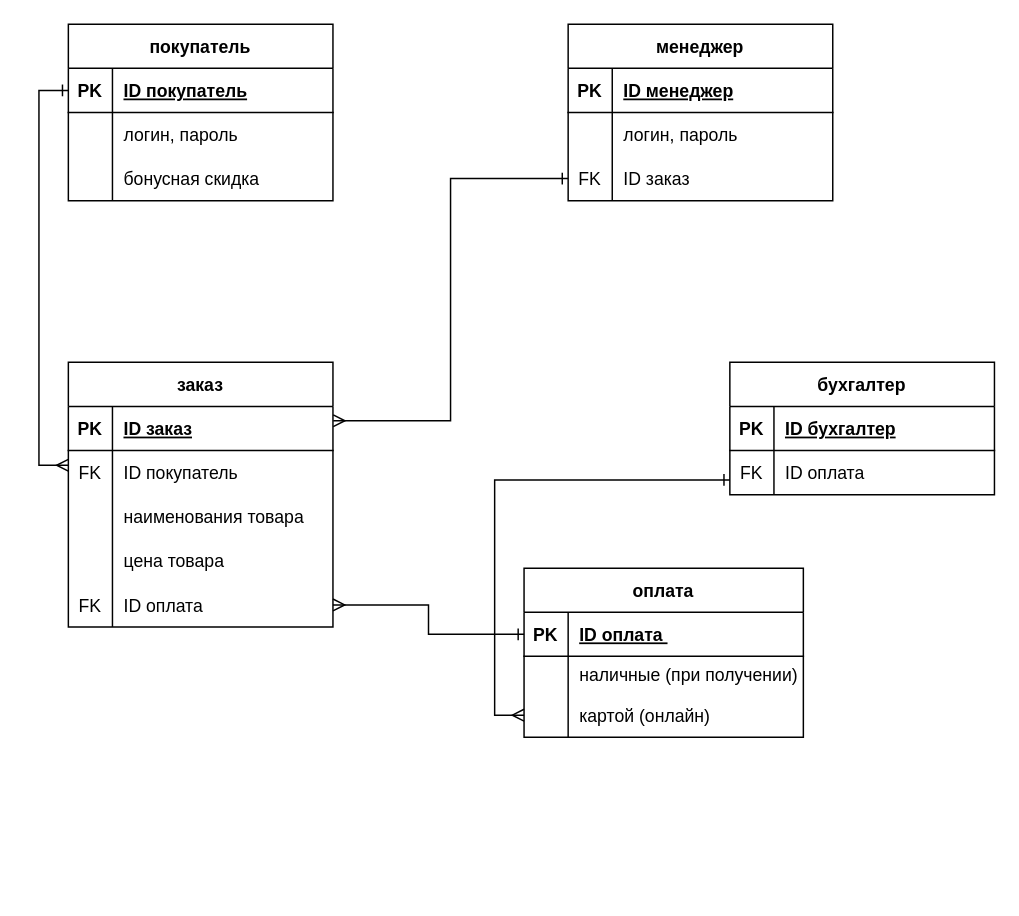
This is predmetnaya_obl_er_diagram — копия.drawio from ValeriaLebedeva/predmetnaya_obl_ER_diagram, a draw.io file, before an edit. Source tidied: cells renumbered, new cells numbered last; positions are measured from the earlier drawing's top-left corner, leaving out a move shared by most shapes. Both pictures are drawn from the tidied source at 147%, with x=0, y=0 at pixel (68, 24).
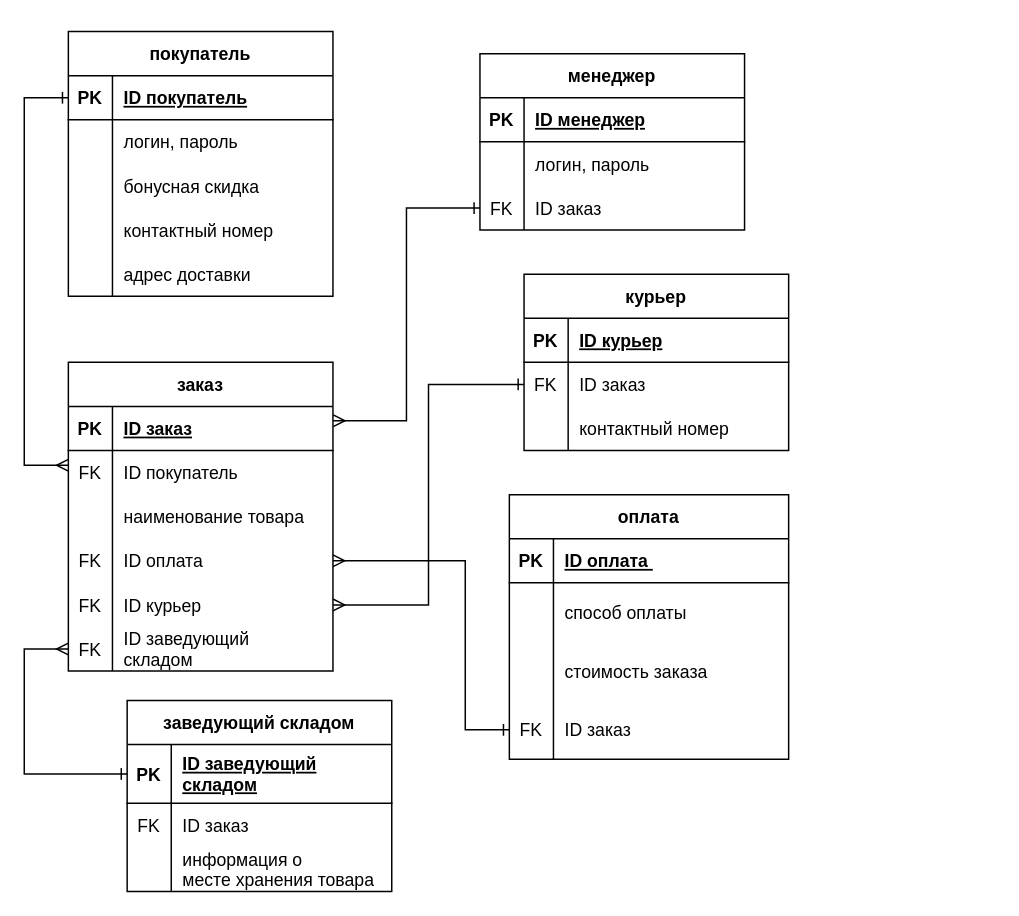
Above is the later version.

Unchanged cells that the change refers to:
```xml
<mxCell id="3" style="shape=tableRow;horizontal=0;startSize=0;swimlaneHead=0;swimlaneBody=0;fillColor=none;points=[[0,0.5],[1,0.5]];portConstraint=eastwest;top=0;left=0;right=0;bottom=1;" parent="2" vertex="1">
  <mxGeometry y="30" width="180" height="30" as="geometry" />
</mxCell>
<mxCell id="33" style="shape=tableRow;horizontal=0;startSize=0;swimlaneHead=0;swimlaneBody=0;fillColor=none;points=[[0,0.5],[1,0.5]];portConstraint=eastwest;top=0;left=0;right=0;bottom=0;" parent="29" vertex="1">
  <mxGeometry y="60" width="180" height="30" as="geometry" />
</mxCell>
<mxCell id="36" style="shape=tableRow;horizontal=0;startSize=0;swimlaneHead=0;swimlaneBody=0;fillColor=none;top=0;left=0;right=0;bottom=0;" parent="29" vertex="1">
  <mxGeometry y="90" width="180" height="30" as="geometry" />
</mxCell>
<mxCell id="46" style="shape=tableRow;horizontal=0;startSize=0;swimlaneHead=0;swimlaneBody=0;fillColor=none;points=[[0,0.5],[1,0.5]];portConstraint=eastwest;top=0;left=0;right=0;bottom=1;" parent="45" vertex="1">
  <mxGeometry y="30" width="190" height="30" as="geometry" />
</mxCell>
```

Change to the diagram source:
```diff
@@
     <mxCell id="2" value="покупатель" style="shape=table;startSize=30;childLayout=tableLayout;rowLines=0;fontStyle=1;align=center;" parent="1" vertex="1">
-      <mxGeometry width="180" height="120" as="geometry" />
+      <mxGeometry y="5" width="180" height="180" as="geometry" />
     </mxCell>
@@
+    <mxCell id="39" style="shape=tableRow;horizontal=0;startSize=0;swimlaneHead=0;swimlaneBody=0;fillColor=none;top=0;left=0;right=0;bottom=0;" parent="2" vertex="1">
+      <mxGeometry y="120" width="180" height="30" as="geometry" />
+    </mxCell>
+    <mxCell id="59" style="shape=partialRectangle;fillColor=none;top=0;left=0;bottom=0;right=0;overflow=hidden;" parent="39" vertex="1">
+      <mxGeometry width="30" height="30" as="geometry" />
+    </mxCell>
+    <mxCell id="60" value="контактный номер" style="shape=partialRectangle;fillColor=none;top=0;left=0;bottom=0;right=0;align=left;spacingLeft=6;overflow=hidden;" parent="39" vertex="1">
+      <mxGeometry x="30" width="150" height="30" as="geometry" />
+    </mxCell>
+    <mxCell id="61" style="shape=tableRow;horizontal=0;startSize=0;swimlaneHead=0;swimlaneBody=0;fillColor=none;top=0;left=0;right=0;bottom=0;" parent="2" vertex="1">
+      <mxGeometry y="150" width="180" height="30" as="geometry" />
+    </mxCell>
+    <mxCell id="62" style="shape=partialRectangle;fillColor=none;top=0;left=0;bottom=0;right=0;overflow=hidden;" parent="61" vertex="1">
+      <mxGeometry width="30" height="30" as="geometry" />
+    </mxCell>
+    <mxCell id="63" value="адрес доставки" style="shape=partialRectangle;fillColor=none;top=0;left=0;bottom=0;right=0;align=left;spacingLeft=6;overflow=hidden;" parent="61" vertex="1">
+      <mxGeometry x="30" width="150" height="30" as="geometry" />
+    </mxCell>
     <mxCell id="12" value="менеджер" style="shape=table;startSize=30;childLayout=tableLayout;rowLines=0;fontStyle=1;align=center;" parent="1" vertex="1">
-      <mxGeometry x="340" width="180" height="120" as="geometry" />
+      <mxGeometry x="280" y="20" width="180" height="120" as="geometry" />
     </mxCell>
@@
-    <mxCell id="22" value="бухгалтер" style="shape=table;startSize=30;childLayout=tableLayout;rowLines=0;fontStyle=1;align=center;" parent="1" vertex="1">
-      <mxGeometry x="450" y="230" width="180" height="90" as="geometry" />
-    </mxCell>
-    <mxCell id="23" style="shape=tableRow;horizontal=0;startSize=0;swimlaneHead=0;swimlaneBody=0;fillColor=none;top=0;left=0;right=0;bottom=1;" parent="22" vertex="1">
-      <mxGeometry y="30" width="180" height="30" as="geometry" />
-    </mxCell>
-    <mxCell id="24" value="PK" style="shape=partialRectangle;fillColor=none;top=0;left=0;bottom=0;right=0;fontStyle=1;overflow=hidden;" parent="23" vertex="1">
-      <mxGeometry width="30" height="30" as="geometry" />
-    </mxCell>
-    <mxCell id="25" value="ID бухгалтер" style="shape=partialRectangle;fillColor=none;top=0;left=0;bottom=0;right=0;align=left;spacingLeft=6;fontStyle=5;overflow=hidden;" parent="23" vertex="1">
-      <mxGeometry x="30" width="150" height="30" as="geometry" />
-    </mxCell>
-    <mxCell id="26" style="shape=tableRow;horizontal=0;startSize=0;swimlaneHead=0;swimlaneBody=0;fillColor=none;points=[[0,0.5],[1,0.5]];portConstraint=eastwest;top=0;left=0;right=0;bottom=0;" parent="22" vertex="1">
-      <mxGeometry y="60" width="180" height="30" as="geometry" />
-    </mxCell>
-    <mxCell id="27" value="FK" style="shape=partialRectangle;fillColor=none;top=0;left=0;bottom=0;right=0;overflow=hidden;" parent="26" vertex="1">
-      <mxGeometry width="30" height="30" as="geometry" />
-    </mxCell>
-    <mxCell id="28" value="ID оплата" style="shape=partialRectangle;fillColor=none;top=0;left=0;bottom=0;right=0;align=left;spacingLeft=6;overflow=hidden;" parent="26" vertex="1">
-      <mxGeometry x="30" width="150" height="30" as="geometry" />
-    </mxCell>
     <mxCell id="29" value="заказ" style="shape=table;startSize=30;childLayout=tableLayout;rowLines=0;fontStyle=1;align=center;" parent="1" vertex="1">
-      <mxGeometry y="230" width="180" height="180" as="geometry" />
+      <mxGeometry y="230" width="180" height="210" as="geometry" />
     </mxCell>
@@
-    <mxCell id="38" value="наименования товара" style="shape=partialRectangle;fillColor=none;top=0;left=0;bottom=0;right=0;align=left;spacingLeft=6;overflow=hidden;" parent="36" vertex="1">
+    <mxCell id="38" value="наименование товара" style="shape=partialRectangle;fillColor=none;top=0;left=0;bottom=0;right=0;align=left;spacingLeft=6;overflow=hidden;" parent="36" vertex="1">
       <mxGeometry x="30" width="150" height="30" as="geometry" />
     </mxCell>
-    <mxCell id="39" style="shape=tableRow;horizontal=0;startSize=0;swimlaneHead=0;swimlaneBody=0;fillColor=none;top=0;left=0;right=0;bottom=0;" parent="29" vertex="1">
-      <mxGeometry y="120" width="180" height="30" as="geometry" />
-    </mxCell>
-    <mxCell id="40" style="shape=partialRectangle;fillColor=none;top=0;left=0;bottom=0;right=0;overflow=hidden;" parent="39" vertex="1">
-      <mxGeometry width="30" height="30" as="geometry" />
-    </mxCell>
-    <mxCell id="41" value="цена товара" style="shape=partialRectangle;fillColor=none;top=0;left=0;bottom=0;right=0;align=left;spacingLeft=6;overflow=hidden;" parent="39" vertex="1">
-      <mxGeometry x="30" width="150" height="30" as="geometry" />
-    </mxCell>
     <mxCell id="42" style="shape=tableRow;horizontal=0;startSize=0;swimlaneHead=0;swimlaneBody=0;fillColor=none;points=[[0,0.5],[1,0.5]];portConstraint=eastwest;top=0;left=0;right=0;bottom=0;" parent="29" vertex="1">
-      <mxGeometry y="150" width="180" height="30" as="geometry" />
+      <mxGeometry y="120" width="180" height="30" as="geometry" />
     </mxCell>
@@
+    <mxCell id="64" style="shape=tableRow;horizontal=0;startSize=0;swimlaneHead=0;swimlaneBody=0;fillColor=none;points=[[0,0.5],[1,0.5]];portConstraint=eastwest;top=0;left=0;right=0;bottom=0;" parent="29" vertex="1">
+      <mxGeometry y="150" width="180" height="30" as="geometry" />
+    </mxCell>
+    <mxCell id="65" value="FK" style="shape=partialRectangle;fillColor=none;top=0;left=0;bottom=0;right=0;overflow=hidden;" parent="64" vertex="1">
+      <mxGeometry width="30" height="30" as="geometry" />
+    </mxCell>
+    <mxCell id="66" value="ID курьер" style="shape=partialRectangle;fillColor=none;top=0;left=0;bottom=0;right=0;align=left;spacingLeft=6;overflow=hidden;" parent="64" vertex="1">
+      <mxGeometry x="30" width="150" height="30" as="geometry" />
+    </mxCell>
+    <mxCell id="67" style="shape=tableRow;horizontal=0;startSize=0;swimlaneHead=0;swimlaneBody=0;fillColor=none;points=[[0,0.5],[1,0.5]];portConstraint=eastwest;top=0;left=0;right=0;bottom=0;" parent="29" vertex="1">
+      <mxGeometry y="180" width="180" height="30" as="geometry" />
+    </mxCell>
+    <mxCell id="68" value="FK" style="shape=partialRectangle;fillColor=none;top=0;left=0;bottom=0;right=0;overflow=hidden;" parent="67" vertex="1">
+      <mxGeometry width="30" height="30" as="geometry" />
+    </mxCell>
+    <mxCell id="69" value="ID заведующий&#10;складом" style="shape=partialRectangle;fillColor=none;top=0;left=0;bottom=0;right=0;align=left;spacingLeft=6;overflow=hidden;" parent="67" vertex="1">
+      <mxGeometry x="30" width="150" height="30" as="geometry" />
+    </mxCell>
     <mxCell id="45" value="оплата" style="shape=table;startSize=30;childLayout=tableLayout;rowLines=0;fontStyle=1;align=center;" parent="1" vertex="1">
-      <mxGeometry x="310" y="370" width="190" height="115" as="geometry" />
+      <mxGeometry x="300" y="320" width="190" height="180" as="geometry" />
     </mxCell>
@@
-    <mxCell id="49" style="shape=tableRow;horizontal=0;startSize=0;swimlaneHead=0;swimlaneBody=0;fillColor=none;top=0;left=0;right=0;bottom=0;" parent="45" vertex="1">
-      <mxGeometry y="60" width="190" height="25" as="geometry" />
-    </mxCell>
-    <mxCell id="50" style="shape=partialRectangle;fillColor=none;top=0;left=0;bottom=0;right=0;overflow=hidden;" parent="49" vertex="1">
-      <mxGeometry width="30" height="25" as="geometry" />
-    </mxCell>
-    <mxCell id="51" value="наличные (при получении)" style="shape=partialRectangle;fillColor=none;top=0;left=0;bottom=0;right=0;align=left;spacingLeft=6;overflow=hidden;" parent="49" vertex="1">
-      <mxGeometry x="30" width="160" height="25" as="geometry" />
-    </mxCell>
     <mxCell id="52" style="shape=tableRow;horizontal=0;startSize=0;swimlaneHead=0;swimlaneBody=0;fillColor=none;points=[[0,0.5],[1,0.5]];portConstraint=eastwest;top=0;left=0;right=0;bottom=0;" parent="45" vertex="1">
-      <mxGeometry y="85" width="190" height="30" as="geometry" />
+      <mxGeometry y="60" width="190" height="40" as="geometry" />
     </mxCell>
     <mxCell id="53" style="shape=partialRectangle;fillColor=none;top=0;left=0;bottom=0;right=0;overflow=hidden;" parent="52" vertex="1">
-      <mxGeometry width="30" height="30" as="geometry" />
+      <mxGeometry width="30" height="40" as="geometry" />
     </mxCell>
-    <mxCell id="54" value="картой (онлайн)" style="shape=partialRectangle;fillColor=none;top=0;left=0;bottom=0;right=0;align=left;spacingLeft=6;overflow=hidden;" parent="52" vertex="1">
-      <mxGeometry x="30" width="160" height="30" as="geometry" />
+    <mxCell id="54" value="способ оплаты" style="shape=partialRectangle;fillColor=none;top=0;left=0;bottom=0;right=0;align=left;spacingLeft=6;overflow=hidden;" parent="52" vertex="1">
+      <mxGeometry x="30" width="160" height="40" as="geometry" />
     </mxCell>
-    <mxCell id="55" style="edgeStyle=orthogonalEdgeStyle;rounded=0;jettySize=auto;html=1;entryX=0;entryY=0.5;entryDx=0;entryDy=0;startArrow=ERone;startFill=0;endArrow=ERmany;endFill=0;exitX=0;exitY=0.667;exitDx=0;exitDy=0;exitPerimeter=0;" parent="1" edge="1" source="26" target="52">
-      <mxGeometry relative="1" as="geometry" />
-    </mxCell>
+    <mxCell id="70" style="shape=tableRow;horizontal=0;startSize=0;swimlaneHead=0;swimlaneBody=0;fillColor=none;top=0;left=0;right=0;bottom=0;" parent="45" vertex="1">
+      <mxGeometry y="100" width="190" height="40" as="geometry" />
+    </mxCell>
+    <mxCell id="71" style="shape=partialRectangle;fillColor=none;top=0;left=0;bottom=0;right=0;overflow=hidden;" parent="70" vertex="1">
+      <mxGeometry width="30" height="40" as="geometry" />
+    </mxCell>
+    <mxCell id="72" value="стоимость заказа" style="shape=partialRectangle;fillColor=none;top=0;left=0;bottom=0;right=0;align=left;spacingLeft=6;overflow=hidden;" parent="70" vertex="1">
+      <mxGeometry x="30" width="160" height="40" as="geometry" />
+    </mxCell>
+    <mxCell id="73" style="shape=tableRow;horizontal=0;startSize=0;swimlaneHead=0;swimlaneBody=0;fillColor=none;points=[[0,0.5],[1,0.5]];portConstraint=eastwest;top=0;left=0;right=0;bottom=0;" parent="45" vertex="1">
+      <mxGeometry y="140" width="190" height="40" as="geometry" />
+    </mxCell>
+    <mxCell id="74" value="FK" style="shape=partialRectangle;fillColor=none;top=0;left=0;bottom=0;right=0;overflow=hidden;" parent="73" vertex="1">
+      <mxGeometry width="30" height="40" as="geometry" />
+    </mxCell>
+    <mxCell id="75" value="ID заказ" style="shape=partialRectangle;fillColor=none;top=0;left=0;bottom=0;right=0;align=left;spacingLeft=6;overflow=hidden;" parent="73" vertex="1">
+      <mxGeometry x="30" width="160" height="40" as="geometry" />
+    </mxCell>
-    <mxCell id="56" style="edgeStyle=orthogonalEdgeStyle;rounded=0;jettySize=auto;html=1;entryX=0;entryY=0.333;entryDx=0;entryDy=0;entryPerimeter=0;startArrow=ERone;startFill=0;endArrow=ERmany;endFill=0;" parent="1" edge="1" source="3" target="33">
-      <mxGeometry relative="1" as="geometry" />
+    <mxCell id="56" style="edgeStyle=orthogonalEdgeStyle;rounded=0;jettySize=auto;html=1;entryX=0;entryY=0.333;entryDx=0;entryDy=0;entryPerimeter=0;startArrow=ERone;startFill=0;endArrow=ERmany;endFill=0;exitX=0;exitY=0.5;exitDx=0;exitDy=0;" parent="1" edge="1" source="3" target="33">
+      <mxGeometry relative="1" as="geometry">
+        <Array as="points">
+          <mxPoint x="-30" y="50" />
+          <mxPoint x="-30" y="300" />
+        </Array>
+      </mxGeometry>
     </mxCell>
@@
-    <mxCell id="58" style="edgeStyle=orthogonalEdgeStyle;rounded=0;jettySize=auto;html=1;entryX=1;entryY=0.5;entryDx=0;entryDy=0;startArrow=ERone;startFill=0;endArrow=ERmany;endFill=0;" parent="1" edge="1" source="46" target="42">
-      <mxGeometry relative="1" as="geometry" />
+    <mxCell id="58" style="edgeStyle=orthogonalEdgeStyle;rounded=0;jettySize=auto;html=1;entryX=1;entryY=0.5;entryDx=0;entryDy=0;startArrow=ERone;startFill=0;endArrow=ERmany;endFill=0;exitX=0;exitY=0.5;exitDx=0;exitDy=0;" parent="1" edge="1" source="73" target="42">
+      <mxGeometry relative="1" as="geometry">
+        <Array as="points">
+          <mxPoint x="270" y="480" />
+          <mxPoint x="270" y="365" />
+        </Array>
+      </mxGeometry>
     </mxCell>
+    <mxCell id="76" value="курьер" style="shape=table;startSize=30;childLayout=tableLayout;rowLines=0;fontStyle=1;align=center;" parent="1" vertex="1">
+      <mxGeometry x="310" y="170" width="180" height="120" as="geometry" />
+    </mxCell>
+    <mxCell id="23" style="shape=tableRow;horizontal=0;startSize=0;swimlaneHead=0;swimlaneBody=0;fillColor=none;top=0;left=0;right=0;bottom=1;" parent="76" vertex="1">
+      <mxGeometry y="30" width="180" height="30" as="geometry" />
+    </mxCell>
+    <mxCell id="24" value="PK" style="shape=partialRectangle;fillColor=none;top=0;left=0;bottom=0;right=0;fontStyle=1;overflow=hidden;" parent="23" vertex="1">
+      <mxGeometry width="30" height="30" as="geometry" />
+    </mxCell>
+    <mxCell id="77" value="ID курьер" style="shape=partialRectangle;fillColor=none;top=0;left=0;bottom=0;right=0;align=left;spacingLeft=6;fontStyle=5;overflow=hidden;" parent="23" vertex="1">
+      <mxGeometry x="30" width="150" height="30" as="geometry" />
+    </mxCell>
+    <mxCell id="26" style="shape=tableRow;horizontal=0;startSize=0;swimlaneHead=0;swimlaneBody=0;fillColor=none;points=[[0,0.5],[1,0.5]];portConstraint=eastwest;top=0;left=0;right=0;bottom=0;" parent="76" vertex="1">
+      <mxGeometry y="60" width="180" height="30" as="geometry" />
+    </mxCell>
+    <mxCell id="78" value="FK" style="shape=partialRectangle;fillColor=none;top=0;left=0;bottom=0;right=0;overflow=hidden;" parent="26" vertex="1">
+      <mxGeometry width="30" height="30" as="geometry" />
+    </mxCell>
+    <mxCell id="79" value="ID заказ" style="shape=partialRectangle;fillColor=none;top=0;left=0;bottom=0;right=0;align=left;spacingLeft=6;overflow=hidden;" parent="26" vertex="1">
+      <mxGeometry x="30" width="150" height="30" as="geometry" />
+    </mxCell>
+    <mxCell id="80" style="shape=tableRow;horizontal=0;startSize=0;swimlaneHead=0;swimlaneBody=0;fillColor=none;top=0;left=0;right=0;bottom=0;" parent="76" vertex="1">
+      <mxGeometry y="90" width="180" height="30" as="geometry" />
+    </mxCell>
+    <mxCell id="81" style="shape=partialRectangle;fillColor=none;top=0;left=0;bottom=0;right=0;overflow=hidden;" parent="80" vertex="1">
+      <mxGeometry width="30" height="30" as="geometry" />
+    </mxCell>
+    <mxCell id="82" value="контактный номер" style="shape=partialRectangle;fillColor=none;top=0;left=0;bottom=0;right=0;align=left;spacingLeft=6;overflow=hidden;" parent="80" vertex="1">
+      <mxGeometry x="30" width="150" height="30" as="geometry" />
+    </mxCell>
+    <mxCell id="83" style="edgeStyle=orthogonalEdgeStyle;rounded=0;jettySize=auto;html=1;entryX=1;entryY=0.5;entryDx=0;entryDy=0;startArrow=ERone;startFill=0;endArrow=ERmany;endFill=0;" parent="1" edge="1" source="26" target="64">
+      <mxGeometry relative="1" as="geometry" />
+    </mxCell>
+    <mxCell id="84" style="edgeStyle=orthogonalEdgeStyle;rounded=0;jettySize=auto;html=1;startArrow=ERone;startFill=0;endArrow=ERmany;endFill=0;entryX=0;entryY=0.5;entryDx=0;entryDy=0;exitX=0;exitY=0.5;exitDx=0;exitDy=0;" parent="1" edge="1" source="86" target="67">
+      <mxGeometry relative="1" as="geometry">
+        <Array as="points">
+          <mxPoint x="-30" y="510" />
+          <mxPoint x="-30" y="425" />
+        </Array>
+      </mxGeometry>
+    </mxCell>
+    <mxCell id="85" value="заведующий складом" style="shape=table;startSize=30;childLayout=tableLayout;rowLines=0;fontStyle=1;align=center;" parent="1" vertex="1">
+      <mxGeometry x="40" y="460" width="180" height="130" as="geometry" />
+    </mxCell>
+    <mxCell id="86" style="shape=tableRow;horizontal=0;startSize=0;swimlaneHead=0;swimlaneBody=0;fillColor=none;points=[[0,0.5],[1,0.5]];portConstraint=eastwest;top=0;left=0;right=0;bottom=1;" parent="85" vertex="1">
+      <mxGeometry y="30" width="180" height="40" as="geometry" />
+    </mxCell>
+    <mxCell id="87" value="PK" style="shape=partialRectangle;fillColor=none;top=0;left=0;bottom=0;right=0;fontStyle=1;overflow=hidden;" parent="86" vertex="1">
+      <mxGeometry width="30" height="40" as="geometry" />
+    </mxCell>
+    <mxCell id="88" value="ID заведующий&#10;складом" style="shape=partialRectangle;fillColor=none;top=0;left=0;bottom=0;right=0;align=left;spacingLeft=6;fontStyle=5;overflow=hidden;" parent="86" vertex="1">
+      <mxGeometry x="30" width="150" height="40" as="geometry" />
+    </mxCell>
+    <mxCell id="89" style="shape=tableRow;horizontal=0;startSize=0;swimlaneHead=0;swimlaneBody=0;fillColor=none;top=0;left=0;right=0;bottom=0;" parent="85" vertex="1">
+      <mxGeometry y="70" width="180" height="30" as="geometry" />
+    </mxCell>
+    <mxCell id="90" value="FK" style="shape=partialRectangle;fillColor=none;top=0;left=0;bottom=0;right=0;overflow=hidden;" parent="89" vertex="1">
+      <mxGeometry width="30" height="30" as="geometry" />
+    </mxCell>
+    <mxCell id="91" value="ID заказ" style="shape=partialRectangle;fillColor=none;top=0;left=0;bottom=0;right=0;align=left;spacingLeft=6;overflow=hidden;" parent="89" vertex="1">
+      <mxGeometry x="30" width="150" height="30" as="geometry" />
+    </mxCell>
+    <mxCell id="92" style="shape=tableRow;horizontal=0;startSize=0;swimlaneHead=0;swimlaneBody=0;fillColor=none;top=0;left=0;right=0;bottom=0;" parent="85" vertex="1">
+      <mxGeometry y="100" width="180" height="30" as="geometry" />
+    </mxCell>
+    <mxCell id="93" style="shape=partialRectangle;fillColor=none;top=0;left=0;bottom=0;right=0;overflow=hidden;" parent="92" vertex="1">
+      <mxGeometry width="30" height="30" as="geometry" />
+    </mxCell>
+    <mxCell id="94" value="информация о&#10;месте хранения товара" style="shape=partialRectangle;fillColor=none;top=0;left=0;bottom=0;right=0;align=left;spacingLeft=6;overflow=hidden;" parent="92" vertex="1">
+      <mxGeometry x="30" width="150" height="30" as="geometry" />
+    </mxCell>
```
